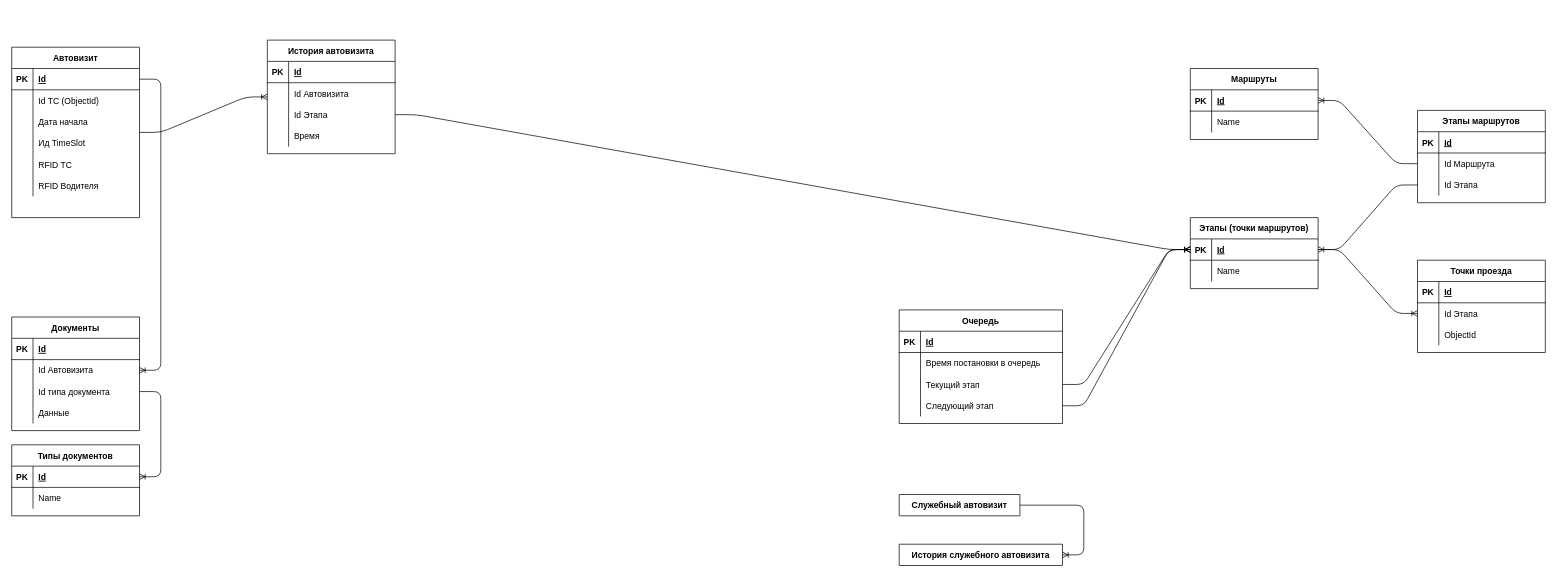
Above: page "Автовизит" (2 of 2) of Степь(ER).drawio in aaf1974/ProjectDiagram (draw.io), before the change. Source tidied: cells renumbered, new cells numbered last; positions are measured from the earlier drawing's top-left corner, leaving out a move shared by most shapes. Both pictures are drawn from the tidied source at 71%, with x=0, y=0 at pixel (11, 40).
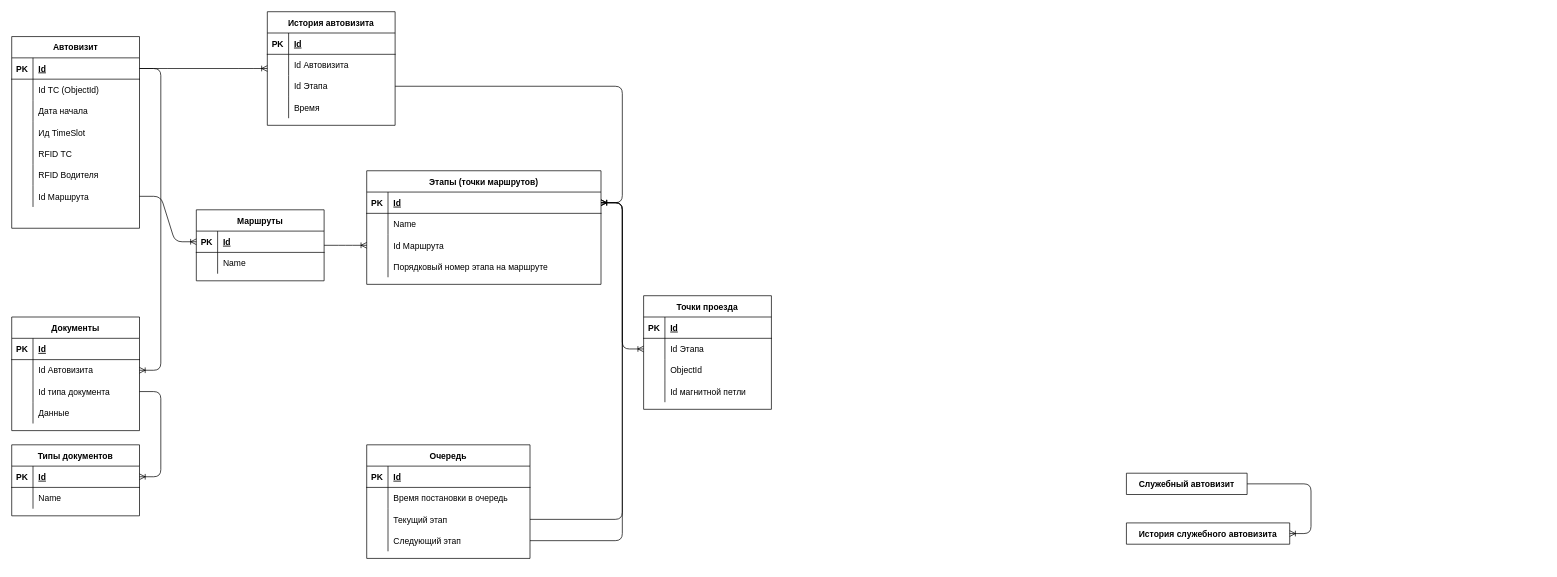
The same diagram, later.

Unchanged cells that the change refers to:
```xml
<mxCell id="3" style="shape=partialRectangle;fillColor=none;top=0;left=0;bottom=1;right=0;points=[[0,0.5],[1,0.5]];portConstraint=eastwest;" parent="2" vertex="1">
  <mxGeometry y="30" width="180" height="30" as="geometry" />
</mxCell>
<mxCell id="61" style="shape=partialRectangle;fillColor=none;top=0;left=0;bottom=1;right=0;points=[[0,0.5],[1,0.5]];portConstraint=eastwest;" parent="60" vertex="1">
  <mxGeometry y="30" width="180" height="30" as="geometry" />
</mxCell>
```

Change to the diagram source:
```diff
@@
     <mxCell id="2" value="Автовизит" style="shape=table;startSize=30;childLayout=tableLayout;rowLines=0;fontStyle=1;align=center;" parent="1" vertex="1">
-      <mxGeometry y="10" width="180" height="240" as="geometry" />
+      <mxGeometry y="-5" width="180" height="270" as="geometry" />
     </mxCell>
@@
+    <mxCell id="113" style="shape=partialRectangle;fillColor=none;top=0;left=0;bottom=0;right=0;points=[[0,0.5],[1,0.5]];portConstraint=eastwest;" parent="2" vertex="1">
+      <mxGeometry y="210" width="180" height="30" as="geometry" />
+    </mxCell>
+    <mxCell id="114" style="shape=partialRectangle;fillColor=none;top=0;left=0;bottom=0;right=0;overflow=hidden;" parent="113" vertex="1">
+      <mxGeometry width="30" height="30" as="geometry" />
+    </mxCell>
+    <mxCell id="73" value="Id Маршрута" style="shape=partialRectangle;fillColor=none;top=0;left=0;bottom=0;right=0;align=left;spacingLeft=6;overflow=hidden;" parent="113" vertex="1">
+      <mxGeometry x="30" width="150" height="30" as="geometry" />
+    </mxCell>
     <mxCell id="21" value="Очередь" style="shape=table;startSize=30;childLayout=tableLayout;rowLines=0;fontStyle=1;align=center;" parent="1" vertex="1">
-      <mxGeometry x="1250" y="380" width="230" height="160" as="geometry" />
+      <mxGeometry x="500" y="570" width="230" height="160" as="geometry" />
     </mxCell>
@@
     <mxCell id="34" value="Этапы (точки маршрутов)" style="shape=table;startSize=30;childLayout=tableLayout;rowLines=0;fontStyle=1;align=center;" parent="1" vertex="1">
-      <mxGeometry x="1660" y="250" width="180" height="100" as="geometry" />
+      <mxGeometry x="500" y="184" width="330" height="160" as="geometry" />
     </mxCell>
     <mxCell id="35" style="shape=partialRectangle;fillColor=none;top=0;left=0;bottom=1;right=0;points=[[0,0.5],[1,0.5]];portConstraint=eastwest;" parent="34" vertex="1">
-      <mxGeometry y="30" width="180" height="30" as="geometry" />
+      <mxGeometry y="30" width="330" height="30" as="geometry" />
     </mxCell>
@@
     <mxCell id="37" value="Id" style="shape=partialRectangle;fillColor=none;top=0;left=0;bottom=0;right=0;align=left;spacingLeft=6;fontStyle=5;overflow=hidden;" parent="35" vertex="1">
-      <mxGeometry x="30" width="150" height="30" as="geometry" />
+      <mxGeometry x="30" width="300" height="30" as="geometry" />
     </mxCell>
     <mxCell id="38" style="shape=partialRectangle;fillColor=none;top=0;left=0;bottom=0;right=0;" parent="34" vertex="1">
-      <mxGeometry y="60" width="180" height="30" as="geometry" />
+      <mxGeometry y="60" width="330" height="30" as="geometry" />
     </mxCell>
@@
     <mxCell id="40" value="Name" style="shape=partialRectangle;fillColor=none;top=0;left=0;bottom=0;right=0;align=left;spacingLeft=6;overflow=hidden;" parent="38" vertex="1">
-      <mxGeometry x="30" width="150" height="30" as="geometry" />
+      <mxGeometry x="30" width="300" height="30" as="geometry" />
     </mxCell>
+    <mxCell id="115" style="shape=partialRectangle;fillColor=none;top=0;left=0;bottom=0;right=0;points=[[0,0.5],[1,0.5]];portConstraint=eastwest;" parent="34" vertex="1">
+      <mxGeometry y="90" width="330" height="30" as="geometry" />
+    </mxCell>
+    <mxCell id="116" style="shape=partialRectangle;fillColor=none;top=0;left=0;bottom=0;right=0;overflow=hidden;" parent="115" vertex="1">
+      <mxGeometry width="30" height="30" as="geometry" />
+    </mxCell>
+    <mxCell id="117" value="Id Маршрута" style="shape=partialRectangle;fillColor=none;top=0;left=0;bottom=0;right=0;align=left;spacingLeft=6;overflow=hidden;" parent="115" vertex="1">
+      <mxGeometry x="30" width="300" height="30" as="geometry" />
+    </mxCell>
+    <mxCell id="118" style="shape=partialRectangle;fillColor=none;top=0;left=0;bottom=0;right=0;" parent="34" vertex="1">
+      <mxGeometry y="120" width="330" height="30" as="geometry" />
+    </mxCell>
+    <mxCell id="119" style="shape=partialRectangle;fillColor=none;top=0;left=0;bottom=0;right=0;overflow=hidden;" parent="118" vertex="1">
+      <mxGeometry width="30" height="30" as="geometry" />
+    </mxCell>
+    <mxCell id="120" value="Порядковый номер этапа на маршруте" style="shape=partialRectangle;fillColor=none;top=0;left=0;bottom=0;right=0;align=left;spacingLeft=6;overflow=hidden;" parent="118" vertex="1">
+      <mxGeometry x="30" width="300" height="30" as="geometry" />
+    </mxCell>
     <mxCell id="41" value="История автовизита" style="shape=table;startSize=30;childLayout=tableLayout;rowLines=0;fontStyle=1;align=center;" parent="1" vertex="1">
-      <mxGeometry x="360" width="180" height="160" as="geometry" />
+      <mxGeometry x="360" y="-40" width="180" height="160" as="geometry" />
     </mxCell>
@@
     <mxCell id="54" value="Служебный автовизит" style="shape=table;startSize=30;childLayout=tableLayout;rowLines=0;fontStyle=1;align=center;" parent="1" vertex="1" collapsed="1">
-      <mxGeometry x="1250" y="640" width="170" height="30" as="geometry" />
+      <mxGeometry x="1570" y="610" width="170" height="30" as="geometry" />
     </mxCell>
     <mxCell id="55" value="История служебного автовизита" style="shape=table;startSize=30;childLayout=tableLayout;rowLines=0;fontStyle=1;align=center;" parent="1" vertex="1" collapsed="1">
-      <mxGeometry x="1250" y="710" width="230" height="30" as="geometry" />
+      <mxGeometry x="1570" y="680" width="230" height="30" as="geometry" />
     </mxCell>
-    <mxCell id="56" style="edgeStyle=entityRelationEdgeStyle;fontSize=12;html=1;endArrow=ERoneToMany;" parent="1" edge="1" source="2" target="41">
+    <mxCell id="56" style="edgeStyle=entityRelationEdgeStyle;fontSize=12;html=1;endArrow=ERoneToMany;" parent="1" edge="1" source="3" target="41">
       <mxGeometry relative="1" as="geometry" />
     </mxCell>
@@
     <mxCell id="60" value="Маршруты" style="shape=table;startSize=30;childLayout=tableLayout;rowLines=0;fontStyle=1;align=center;" parent="1" vertex="1">
-      <mxGeometry x="1660" y="40" width="180" height="100" as="geometry" />
+      <mxGeometry x="260" y="239" width="180" height="100" as="geometry" />
     </mxCell>
@@
-    <mxCell id="67" value="Этапы маршрутов" style="shape=table;startSize=30;childLayout=tableLayout;rowLines=0;fontStyle=1;align=center;" parent="1" vertex="1">
-      <mxGeometry x="1980" y="99" width="180" height="130" as="geometry" />
-    </mxCell>
-    <mxCell id="68" style="shape=partialRectangle;fillColor=none;top=0;left=0;bottom=1;right=0;" parent="67" vertex="1">
-      <mxGeometry y="30" width="180" height="30" as="geometry" />
-    </mxCell>
-    <mxCell id="69" value="PK" style="shape=partialRectangle;fillColor=none;top=0;left=0;bottom=0;right=0;fontStyle=1;overflow=hidden;" parent="68" vertex="1">
-      <mxGeometry width="30" height="30" as="geometry" />
-    </mxCell>
-    <mxCell id="70" value="Id" style="shape=partialRectangle;fillColor=none;top=0;left=0;bottom=0;right=0;align=left;spacingLeft=6;fontStyle=5;overflow=hidden;" parent="68" vertex="1">
-      <mxGeometry x="30" width="150" height="30" as="geometry" />
-    </mxCell>
-    <mxCell id="71" style="shape=partialRectangle;fillColor=none;top=0;left=0;bottom=0;right=0;points=[[0,0.5],[1,0.5]];portConstraint=eastwest;" parent="67" vertex="1">
-      <mxGeometry y="60" width="180" height="30" as="geometry" />
-    </mxCell>
-    <mxCell id="72" style="shape=partialRectangle;fillColor=none;top=0;left=0;bottom=0;right=0;overflow=hidden;" parent="71" vertex="1">
-      <mxGeometry width="30" height="30" as="geometry" />
-    </mxCell>
-    <mxCell id="73" value="Id Маршрута" style="shape=partialRectangle;fillColor=none;top=0;left=0;bottom=0;right=0;align=left;spacingLeft=6;overflow=hidden;" parent="71" vertex="1">
-      <mxGeometry x="30" width="150" height="30" as="geometry" />
-    </mxCell>
-    <mxCell id="74" style="shape=partialRectangle;fillColor=none;top=0;left=0;bottom=0;right=0;points=[[0,0.5],[1,0.5]];portConstraint=eastwest;" parent="67" vertex="1">
-      <mxGeometry y="90" width="180" height="30" as="geometry" />
-    </mxCell>
-    <mxCell id="75" style="shape=partialRectangle;fillColor=none;top=0;left=0;bottom=0;right=0;overflow=hidden;" parent="74" vertex="1">
-      <mxGeometry width="30" height="30" as="geometry" />
-    </mxCell>
-    <mxCell id="76" value="Id Этапа" style="shape=partialRectangle;fillColor=none;top=0;left=0;bottom=0;right=0;align=left;spacingLeft=6;overflow=hidden;" parent="74" vertex="1">
-      <mxGeometry x="30" width="150" height="30" as="geometry" />
-    </mxCell>
-    <mxCell id="77" style="edgeStyle=entityRelationEdgeStyle;fontSize=12;html=1;endArrow=ERoneToMany;" parent="1" edge="1" source="74" target="35">
-      <mxGeometry relative="1" as="geometry" />
-    </mxCell>
-    <mxCell id="78" style="edgeStyle=entityRelationEdgeStyle;fontSize=12;html=1;endArrow=ERoneToMany;" parent="1" edge="1" source="71" target="61">
-      <mxGeometry relative="1" as="geometry" />
-    </mxCell>
     <mxCell id="79" value="Точки проезда" style="shape=table;startSize=30;childLayout=tableLayout;rowLines=0;fontStyle=1;align=center;" parent="1" vertex="1">
-      <mxGeometry x="1980" y="310" width="180" height="130" as="geometry" />
+      <mxGeometry x="890" y="360" width="180" height="160" as="geometry" />
     </mxCell>
@@
+    <mxCell id="121" style="shape=partialRectangle;fillColor=none;top=0;left=0;bottom=0;right=0;" parent="79" vertex="1">
+      <mxGeometry y="120" width="180" height="30" as="geometry" />
+    </mxCell>
+    <mxCell id="122" style="shape=partialRectangle;fillColor=none;top=0;left=0;bottom=0;right=0;overflow=hidden;" parent="121" vertex="1">
+      <mxGeometry width="30" height="30" as="geometry" />
+    </mxCell>
+    <mxCell id="123" value="Id магнитной петли" style="shape=partialRectangle;fillColor=none;top=0;left=0;bottom=0;right=0;align=left;spacingLeft=6;overflow=hidden;" parent="121" vertex="1">
+      <mxGeometry x="30" width="150" height="30" as="geometry" />
+    </mxCell>
@@
+    <mxCell id="124" style="edgeStyle=entityRelationEdgeStyle;fontSize=12;html=1;endArrow=ERoneToMany;" parent="1" edge="1" source="60" target="115">
+      <mxGeometry relative="1" as="geometry" />
+    </mxCell>
+    <mxCell id="125" style="edgeStyle=entityRelationEdgeStyle;fontSize=12;html=1;endArrow=ERoneToMany;" parent="1" edge="1" source="113" target="61">
+      <mxGeometry relative="1" as="geometry" />
+    </mxCell>
```
